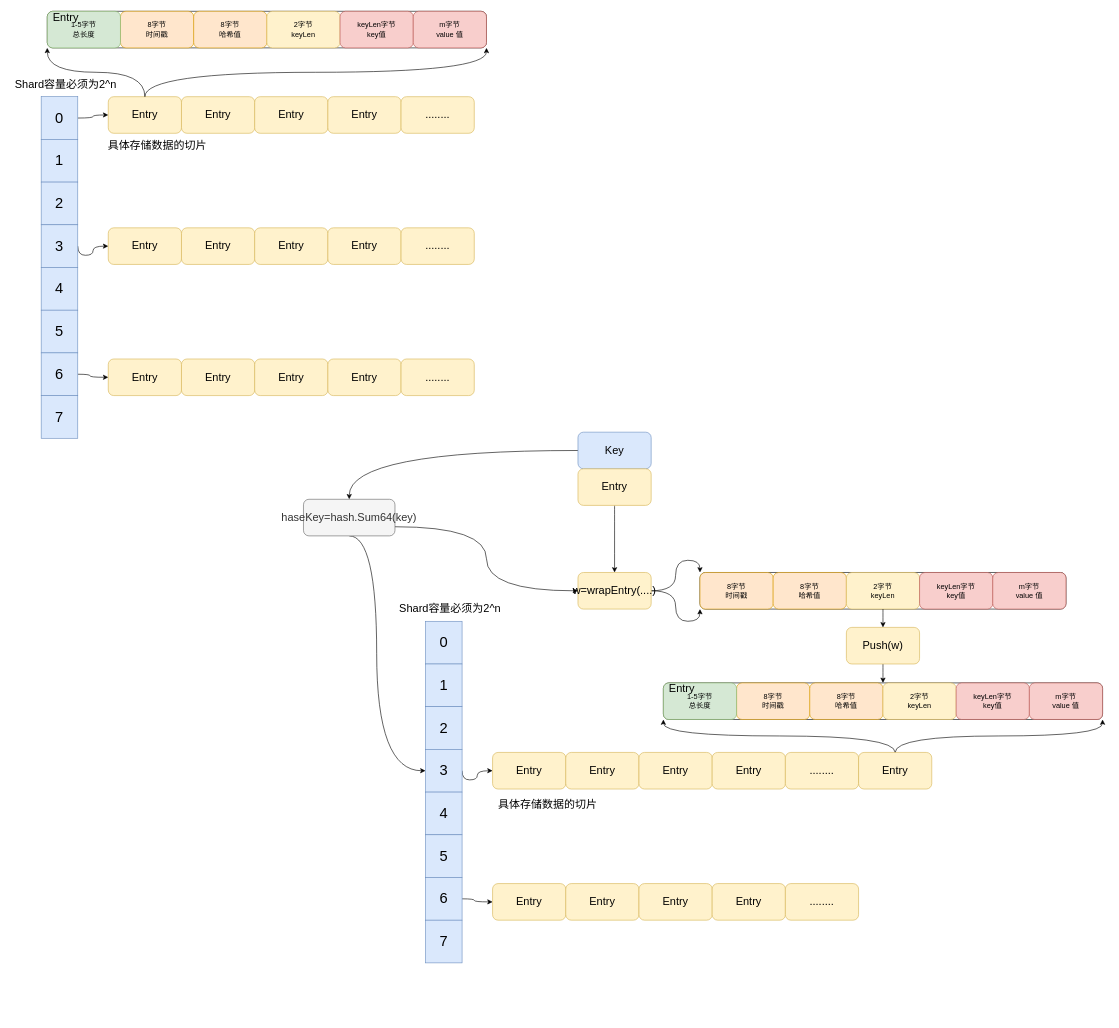
Before: _cache/bigCache.drawio in Zhouchaowen/Hawkeye, a draw.io diagram. Source tidied: cells renumbered, new cells numbered last; positions are measured from the earlier drawing's top-left corner, leaving out a move shared by most shapes. Both pictures are drawn from the tidied source at 61%, with x=0, y=0 at pixel (10, 11).
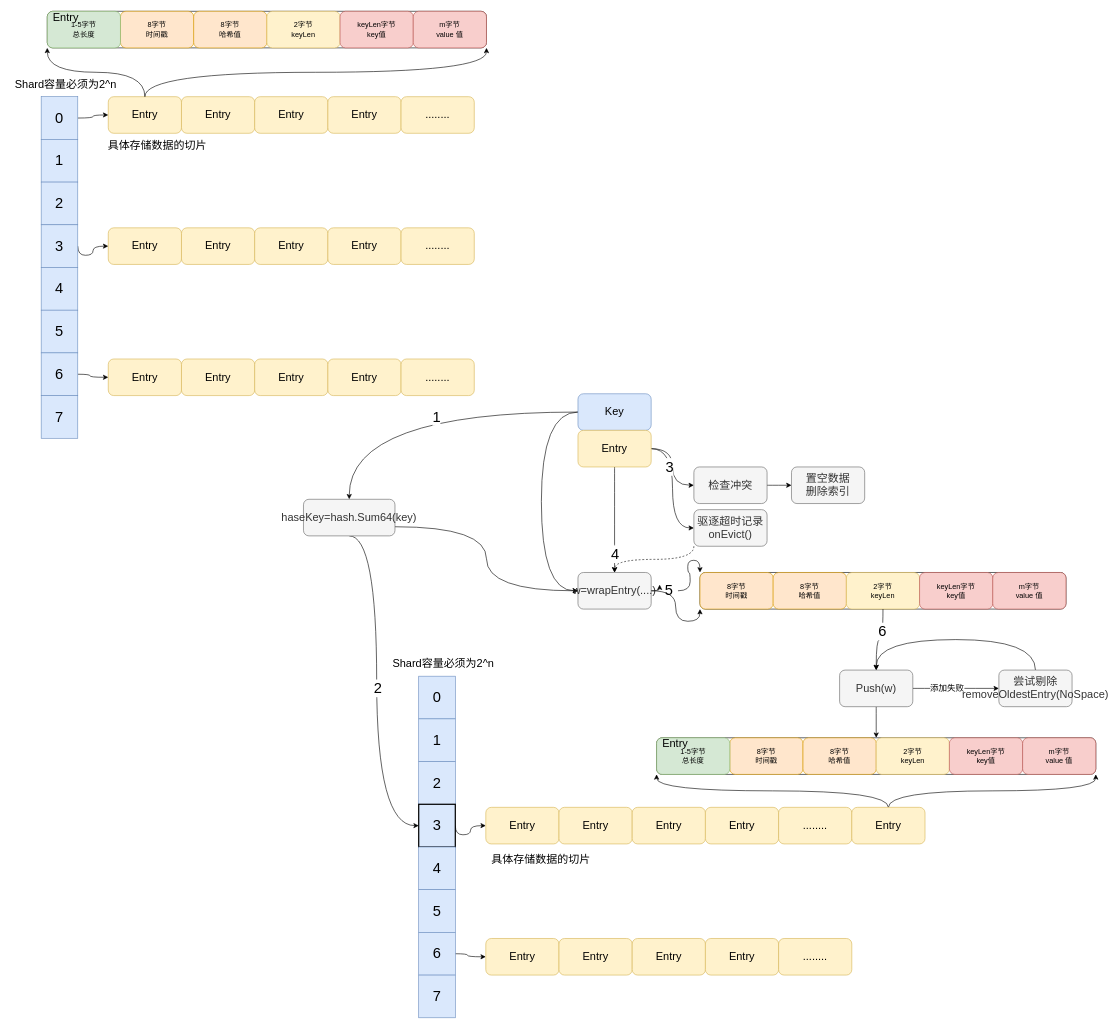
The same diagram, later.

Commit message (it also covers changes not shown here):
add set info

The change refers to these unchanged cells:
```xml
<mxCell id="44" style="edgeStyle=orthogonalEdgeStyle;curved=1;rounded=0;jettySize=auto;html=1;exitX=0;exitY=0.5;exitDx=0;exitDy=0;entryX=0.5;entryY=0;entryDx=0;entryDy=0;" parent="1" edge="1" source="45" target="74">
  <mxGeometry relative="1" as="geometry" />
</mxCell>
<mxCell id="57" value="&lt;font style=&quot;font-size: 18px&quot;&gt;Entry&lt;/font&gt;" style="rounded=1;whiteSpace=wrap;html=1;fillColor=#fff2cc;strokeColor=#d6b656;" parent="56" vertex="1">
  <mxGeometry width="120" height="60" as="geometry" />
</mxCell>
<mxCell id="63" value="&lt;font style=&quot;font-size: 18px&quot;&gt;Entry&lt;/font&gt;" style="rounded=1;whiteSpace=wrap;html=1;fillColor=#fff2cc;strokeColor=#d6b656;" parent="62" vertex="1">
  <mxGeometry width="120" height="60" as="geometry" />
</mxCell>
<mxCell id="70" style="edgeStyle=orthogonalEdgeStyle;curved=1;rounded=0;jettySize=auto;html=1;exitX=0.5;exitY=1;exitDx=0;exitDy=0;entryX=0.5;entryY=0;entryDx=0;entryDy=0;" parent="1" edge="1" source="71" target="77">
  <mxGeometry relative="1" as="geometry" />
</mxCell>
<mxCell id="74" value="&lt;font style=&quot;font-size: 18px&quot;&gt;haseKey=hash.Sum64(key)&lt;/font&gt;" style="rounded=1;whiteSpace=wrap;html=1;fillColor=#f5f5f5;strokeColor=#666666;fontColor=#333333;" parent="1" vertex="1">
  <mxGeometry x="480" y="800" width="150" height="60" as="geometry" />
</mxCell>
<mxCell id="94" value="8字节&lt;br&gt;时间戳" style="rounded=1;whiteSpace=wrap;html=1;fillColor=#ffe6cc;strokeColor=#d79b00;" parent="92" vertex="1">
  <mxGeometry width="120" height="60" as="geometry" />
</mxCell>
<mxCell id="99" style="edgeStyle=orthogonalEdgeStyle;curved=1;rounded=0;jettySize=auto;html=1;exitX=0.5;exitY=1;exitDx=0;exitDy=0;entryX=0.5;entryY=0;entryDx=0;entryDy=0;" parent="1" edge="1" source="96" target="82">
  <mxGeometry relative="1" as="geometry" />
</mxCell>
```

Diff of the diagram source:
```diff
@@
+    <mxCell id="100" value="&lt;font style=&quot;font-size: 24px&quot;&gt;1&lt;/font&gt;" style="text;html=1;align=center;verticalAlign=middle;labelBackgroundColor=#ffffff;" parent="44" vertex="1">
+      <mxGeometry x="-0.1" y="7" relative="1" as="geometry" />
+    </mxCell>
+    <mxCell id="101" style="edgeStyle=orthogonalEdgeStyle;rounded=0;jettySize=auto;html=1;exitX=0;exitY=0.5;exitDx=0;exitDy=0;entryX=0;entryY=0.5;entryDx=0;entryDy=0;curved=1;" parent="1" edge="1" source="45" target="77">
+      <mxGeometry relative="1" as="geometry">
+        <Array as="points">
+          <mxPoint x="870" y="657" />
+          <mxPoint x="870" y="950" />
+        </Array>
+      </mxGeometry>
+    </mxCell>
     <mxCell id="45" value="&lt;font style=&quot;font-size: 18px&quot;&gt;Key&lt;/font&gt;" style="rounded=1;whiteSpace=wrap;html=1;fillColor=#dae8fc;strokeColor=#6c8ebf;" parent="1" vertex="1">
-      <mxGeometry x="930" y="690" width="120" height="60" as="geometry" />
+      <mxGeometry x="930" y="627" width="120" height="60" as="geometry" />
     </mxCell>
     <mxCell id="46" value="&lt;font style=&quot;font-size: 24px&quot;&gt;0&lt;/font&gt;" style="rounded=0;whiteSpace=wrap;html=1;fillColor=#dae8fc;strokeColor=#6c8ebf;" parent="1" vertex="1">
-      <mxGeometry x="680" y="1000" width="60" height="70" as="geometry" />
+      <mxGeometry x="668.9" y="1090" width="60" height="70" as="geometry" />
     </mxCell>
     <mxCell id="47" value="&lt;font style=&quot;font-size: 24px&quot;&gt;1&lt;/font&gt;" style="rounded=0;whiteSpace=wrap;html=1;fillColor=#dae8fc;strokeColor=#6c8ebf;" parent="1" vertex="1">
-      <mxGeometry x="680" y="1070" width="60" height="70" as="geometry" />
+      <mxGeometry x="668.9" y="1160" width="60" height="70" as="geometry" />
     </mxCell>
     <mxCell id="48" value="&lt;font style=&quot;font-size: 24px&quot;&gt;2&lt;/font&gt;" style="rounded=0;whiteSpace=wrap;html=1;fillColor=#dae8fc;strokeColor=#6c8ebf;" parent="1" vertex="1">
-      <mxGeometry x="680" y="1140" width="60" height="70" as="geometry" />
+      <mxGeometry x="668.9" y="1230" width="60" height="70" as="geometry" />
     </mxCell>
     <mxCell id="49" style="edgeStyle=orthogonalEdgeStyle;curved=1;rounded=0;jettySize=auto;html=1;exitX=1;exitY=0.5;exitDx=0;exitDy=0;entryX=0;entryY=0.5;entryDx=0;entryDy=0;" parent="1" edge="1" source="50" target="57">
       <mxGeometry relative="1" as="geometry">
         <Array as="points">
-          <mxPoint x="740" y="1260" />
-          <mxPoint x="765" y="1260" />
-          <mxPoint x="765" y="1245" />
+          <mxPoint x="728.9" y="1350" />
+          <mxPoint x="753.9" y="1350" />
+          <mxPoint x="753.9" y="1335" />
         </Array>
       </mxGeometry>
     </mxCell>
-    <mxCell id="50" value="&lt;font style=&quot;font-size: 24px&quot;&gt;3&lt;/font&gt;" style="rounded=0;whiteSpace=wrap;html=1;fillColor=#dae8fc;strokeColor=#6c8ebf;" parent="1" vertex="1">
-      <mxGeometry x="680" y="1210" width="60" height="70" as="geometry" />
+    <mxCell id="50" value="&lt;font style=&quot;font-size: 24px&quot;&gt;3&lt;/font&gt;" style="rounded=0;whiteSpace=wrap;html=1;fillColor=#dae8fc;strokeColor=#000000;gradientColor=none;strokeWidth=2;" parent="1" vertex="1">
+      <mxGeometry x="668.9" y="1300" width="60" height="70" as="geometry" />
     </mxCell>
     <mxCell id="51" value="&lt;font style=&quot;font-size: 24px&quot;&gt;4&lt;/font&gt;" style="rounded=0;whiteSpace=wrap;html=1;fillColor=#dae8fc;strokeColor=#6c8ebf;" parent="1" vertex="1">
-      <mxGeometry x="680" y="1280" width="60" height="70" as="geometry" />
+      <mxGeometry x="668.9" y="1370" width="60" height="70" as="geometry" />
     </mxCell>
     <mxCell id="52" value="&lt;font style=&quot;font-size: 24px&quot;&gt;5&lt;/font&gt;" style="rounded=0;whiteSpace=wrap;html=1;fillColor=#dae8fc;strokeColor=#6c8ebf;" parent="1" vertex="1">
-      <mxGeometry x="680" y="1350" width="60" height="70" as="geometry" />
+      <mxGeometry x="668.9" y="1440" width="60" height="70" as="geometry" />
     </mxCell>
     <mxCell id="53" style="edgeStyle=orthogonalEdgeStyle;curved=1;rounded=0;jettySize=auto;html=1;exitX=1;exitY=0.5;exitDx=0;exitDy=0;entryX=0;entryY=0.5;entryDx=0;entryDy=0;" parent="1" edge="1" source="54" target="63">
       <mxGeometry relative="1" as="geometry">
         <Array as="points">
-          <mxPoint x="760" y="1455" />
-          <mxPoint x="760" y="1460" />
+          <mxPoint x="748.9" y="1545" />
+          <mxPoint x="748.9" y="1550" />
         </Array>
       </mxGeometry>
     </mxCell>
     <mxCell id="54" value="&lt;font style=&quot;font-size: 24px&quot;&gt;6&lt;/font&gt;" style="rounded=0;whiteSpace=wrap;html=1;fillColor=#dae8fc;strokeColor=#6c8ebf;" parent="1" vertex="1">
-      <mxGeometry x="680" y="1420" width="60" height="70" as="geometry" />
+      <mxGeometry x="668.9" y="1510" width="60" height="70" as="geometry" />
     </mxCell>
     <mxCell id="55" value="&lt;font style=&quot;font-size: 24px&quot;&gt;7&lt;/font&gt;" style="rounded=0;whiteSpace=wrap;html=1;fillColor=#dae8fc;strokeColor=#6c8ebf;" parent="1" vertex="1">
-      <mxGeometry x="680" y="1490" width="60" height="70" as="geometry" />
+      <mxGeometry x="668.9" y="1580" width="60" height="70" as="geometry" />
     </mxCell>
     <mxCell id="56" style="group;" parent="1" vertex="1">
-      <mxGeometry x="790" y="1215" width="600" height="60" as="geometry" />
+      <mxGeometry x="778.9" y="1305" width="600" height="60" as="geometry" />
     </mxCell>
@@
     <mxCell id="62" style="group;" parent="1" vertex="1">
-      <mxGeometry x="790" y="1430" width="600" height="60" as="geometry" />
+      <mxGeometry x="778.9" y="1520" width="600" height="60" as="geometry" />
     </mxCell>
@@
     <mxCell id="68" value="&lt;font style=&quot;font-size: 18px&quot;&gt;Shard容量必须为2^n&lt;/font&gt;" style="text;html=1;align=center;verticalAlign=middle;strokeColor=none;" parent="1" vertex="1">
-      <mxGeometry x="630" y="970" width="180" height="20" as="geometry" />
+      <mxGeometry x="618.9" y="1060" width="180" height="20" as="geometry" />
     </mxCell>
     <mxCell id="69" value="&lt;font style=&quot;font-size: 18px&quot;&gt;具体存储数据的切片&lt;/font&gt;" style="text;html=1;align=center;verticalAlign=middle;strokeColor=none;" parent="1" vertex="1">
-      <mxGeometry x="790" y="1290" width="180" height="20" as="geometry" />
+      <mxGeometry x="778.9" y="1380" width="180" height="20" as="geometry" />
     </mxCell>
@@
+    <mxCell id="102" value="&lt;font style=&quot;font-size: 24px&quot;&gt;4&lt;/font&gt;" style="text;html=1;align=center;verticalAlign=middle;labelBackgroundColor=#ffffff;" parent="70" vertex="1">
+      <mxGeometry x="0.24" y="2" relative="1" as="geometry">
+        <mxPoint x="-2" y="35.9" as="offset" />
+      </mxGeometry>
+    </mxCell>
+    <mxCell id="103" style="edgeStyle=orthogonalEdgeStyle;curved=1;rounded=0;jettySize=auto;html=1;exitX=1;exitY=0.5;exitDx=0;exitDy=0;entryX=0;entryY=0.5;entryDx=0;entryDy=0;" parent="1" edge="1" source="71" target="112">
+      <mxGeometry relative="1" as="geometry" />
+    </mxCell>
+    <mxCell id="104" style="edgeStyle=orthogonalEdgeStyle;curved=1;rounded=0;jettySize=auto;html=1;exitX=1;exitY=0.5;exitDx=0;exitDy=0;entryX=0;entryY=0.5;entryDx=0;entryDy=0;" parent="1" edge="1" source="71" target="110">
+      <mxGeometry relative="1" as="geometry" />
+    </mxCell>
+    <mxCell id="105" value="&lt;font style=&quot;font-size: 24px&quot;&gt;3&lt;/font&gt;" style="text;html=1;align=center;verticalAlign=middle;labelBackgroundColor=#ffffff;" parent="104" vertex="1">
+      <mxGeometry x="-0.57" y="-15" relative="1" as="geometry">
+        <mxPoint x="1.8" y="14.9" as="offset" />
+      </mxGeometry>
+    </mxCell>
     <mxCell id="71" value="&lt;font style=&quot;font-size: 18px&quot;&gt;Entry&lt;/font&gt;" style="rounded=1;whiteSpace=wrap;html=1;fillColor=#fff2cc;strokeColor=#d6b656;" parent="1" vertex="1">
-      <mxGeometry x="930" y="750" width="120" height="60" as="geometry" />
+      <mxGeometry x="930" y="687" width="120" height="60" as="geometry" />
     </mxCell>
     <mxCell id="72" style="edgeStyle=orthogonalEdgeStyle;curved=1;rounded=0;jettySize=auto;html=1;exitX=0.5;exitY=1;exitDx=0;exitDy=0;entryX=0;entryY=0.5;entryDx=0;entryDy=0;" parent="1" edge="1" source="74" target="50">
       <mxGeometry relative="1" as="geometry">
         <Array as="points">
           <mxPoint x="600" y="860" />
-          <mxPoint x="600" y="1245" />
+          <mxPoint x="600" y="1335" />
         </Array>
       </mxGeometry>
     </mxCell>
+    <mxCell id="106" value="&lt;font style=&quot;font-size: 24px&quot;&gt;2&lt;/font&gt;" style="text;html=1;align=center;verticalAlign=middle;labelBackgroundColor=#ffffff;" parent="72" vertex="1">
+      <mxGeometry y="1" relative="1" as="geometry" />
+    </mxCell>
@@
+    <mxCell id="76" style="edgeStyle=orthogonalEdgeStyle;curved=1;rounded=0;jettySize=auto;html=1;exitX=1;exitY=0.5;exitDx=0;exitDy=0;entryX=0;entryY=0;entryDx=0;entryDy=0;" parent="1" edge="1" source="117" target="94">
+      <mxGeometry relative="1" as="geometry" />
+    </mxCell>
     <mxCell id="75" style="edgeStyle=orthogonalEdgeStyle;curved=1;rounded=0;jettySize=auto;html=1;exitX=1;exitY=0.5;exitDx=0;exitDy=0;entryX=0;entryY=1;entryDx=0;entryDy=0;" parent="1" edge="1" source="77" target="94">
-      <mxGeometry relative="1" as="geometry" />
+      <mxGeometry relative="1" as="geometry">
+        <Array as="points">
+          <mxPoint x="1090" y="950" />
+          <mxPoint x="1090" y="1000" />
+          <mxPoint x="1130" y="1000" />
+        </Array>
+      </mxGeometry>
     </mxCell>
-    <mxCell id="76" style="edgeStyle=orthogonalEdgeStyle;curved=1;rounded=0;jettySize=auto;html=1;exitX=1;exitY=0.5;exitDx=0;exitDy=0;entryX=0;entryY=0;entryDx=0;entryDy=0;" parent="1" edge="1" source="77" target="94">
-      <mxGeometry relative="1" as="geometry" />
-    </mxCell>
-    <mxCell id="77" value="&lt;font style=&quot;font-size: 18px&quot;&gt;w=wrapEntry(....)&lt;/font&gt;" style="rounded=1;whiteSpace=wrap;html=1;fillColor=#fff2cc;strokeColor=#d6b656;" parent="1" vertex="1">
+    <mxCell id="77" value="&lt;font style=&quot;font-size: 18px&quot;&gt;w=wrapEntry(....)&lt;/font&gt;" style="rounded=1;whiteSpace=wrap;html=1;fillColor=#f5f5f5;strokeColor=#666666;fontColor=#333333;" parent="1" vertex="1">
       <mxGeometry x="930" y="920" width="120" height="60" as="geometry" />
     </mxCell>
@@
     <mxCell id="80" value="&lt;font style=&quot;font-size: 18px&quot;&gt;Entry&lt;/font&gt;" style="rounded=1;whiteSpace=wrap;html=1;fillColor=#fff2cc;strokeColor=#d6b656;" parent="1" vertex="1">
-      <mxGeometry x="1390" y="1215" width="120" height="60" as="geometry" />
+      <mxGeometry x="1378.9" y="1305" width="120" height="60" as="geometry" />
     </mxCell>
@@
+    <mxCell id="107" style="edgeStyle=orthogonalEdgeStyle;curved=1;rounded=0;jettySize=auto;html=1;exitX=1;exitY=0.5;exitDx=0;exitDy=0;" parent="1" edge="1" source="82" target="116">
+      <mxGeometry relative="1" as="geometry" />
+    </mxCell>
+    <mxCell id="108" value="&lt;font style=&quot;font-size: 14px&quot;&gt;添加失败&lt;/font&gt;" style="text;html=1;align=center;verticalAlign=middle;labelBackgroundColor=#ffffff;" parent="107" vertex="1">
+      <mxGeometry x="-0.21" y="2" relative="1" as="geometry" />
+    </mxCell>
-    <mxCell id="82" value="&lt;font style=&quot;font-size: 18px&quot;&gt;Push(w)&lt;/font&gt;" style="rounded=1;whiteSpace=wrap;html=1;fillColor=#fff2cc;strokeColor=#d6b656;" parent="1" vertex="1">
-      <mxGeometry x="1370" y="1010" width="120" height="60" as="geometry" />
+    <mxCell id="82" value="&lt;font style=&quot;font-size: 18px&quot;&gt;Push(w)&lt;/font&gt;" style="rounded=1;whiteSpace=wrap;html=1;fillColor=#f5f5f5;strokeColor=#666666;fontColor=#333333;" parent="1" vertex="1">
+      <mxGeometry x="1358.9" y="1080" width="120" height="60" as="geometry" />
     </mxCell>
     <mxCell id="83" style="group;" parent="1" vertex="1">
-      <mxGeometry x="1070" y="1101" width="720" height="60" as="geometry" />
+      <mxGeometry x="1058.9" y="1191" width="720" height="60" as="geometry" />
     </mxCell>
@@
+    <mxCell id="109" style="edgeStyle=orthogonalEdgeStyle;curved=1;rounded=0;jettySize=auto;html=1;exitX=1;exitY=0.5;exitDx=0;exitDy=0;entryX=0;entryY=0.5;entryDx=0;entryDy=0;" parent="1" edge="1" source="110" target="113">
+      <mxGeometry relative="1" as="geometry" />
+    </mxCell>
+    <mxCell id="110" value="&lt;span style=&quot;font-size: 18px&quot;&gt;检查冲突&lt;/span&gt;" style="rounded=1;whiteSpace=wrap;html=1;fillColor=#f5f5f5;strokeColor=#666666;fontColor=#333333;" parent="1" vertex="1">
+      <mxGeometry x="1120" y="747" width="120" height="60" as="geometry" />
+    </mxCell>
+    <mxCell id="111" style="edgeStyle=orthogonalEdgeStyle;curved=1;rounded=0;jettySize=auto;html=1;exitX=0;exitY=1;exitDx=0;exitDy=0;entryX=0.5;entryY=0;entryDx=0;entryDy=0;dashed=1;" parent="1" edge="1" source="112" target="77">
+      <mxGeometry relative="1" as="geometry" />
+    </mxCell>
+    <mxCell id="112" value="&lt;span style=&quot;font-size: 18px&quot;&gt;驱逐超时记录&lt;br&gt;onEvict()&lt;br&gt;&lt;/span&gt;" style="rounded=1;whiteSpace=wrap;html=1;fillColor=#f5f5f5;strokeColor=#666666;fontColor=#333333;" parent="1" vertex="1">
+      <mxGeometry x="1120" y="817" width="120" height="60" as="geometry" />
+    </mxCell>
+    <mxCell id="113" value="&lt;span style=&quot;font-size: 18px&quot;&gt;置空数据&lt;br&gt;删除索引&lt;br&gt;&lt;/span&gt;" style="rounded=1;whiteSpace=wrap;html=1;fillColor=#f5f5f5;strokeColor=#666666;fontColor=#333333;" parent="1" vertex="1">
+      <mxGeometry x="1280" y="747" width="120" height="60" as="geometry" />
+    </mxCell>
@@
+    <mxCell id="114" value="&lt;font style=&quot;font-size: 24px&quot;&gt;6&lt;/font&gt;" style="text;html=1;align=center;verticalAlign=middle;labelBackgroundColor=#ffffff;" parent="99" vertex="1">
+      <mxGeometry x="-0.36" y="-2" relative="1" as="geometry" />
+    </mxCell>
+    <mxCell id="115" style="edgeStyle=orthogonalEdgeStyle;curved=1;rounded=0;jettySize=auto;html=1;exitX=0.5;exitY=0;exitDx=0;exitDy=0;entryX=0.5;entryY=0;entryDx=0;entryDy=0;" parent="1" edge="1" source="116" target="82">
+      <mxGeometry relative="1" as="geometry">
+        <Array as="points">
+          <mxPoint x="1680" y="1030" />
+          <mxPoint x="1419" y="1030" />
+        </Array>
+      </mxGeometry>
+    </mxCell>
+    <mxCell id="116" value="&lt;span style=&quot;font-size: 18px&quot;&gt;尝试剔除&lt;br&gt;removeOldestEntry(NoSpace)&lt;br&gt;&lt;/span&gt;" style="rounded=1;whiteSpace=wrap;html=1;fillColor=#f5f5f5;strokeColor=#666666;fontColor=#333333;" parent="1" vertex="1">
+      <mxGeometry x="1620" y="1080" width="120" height="60" as="geometry" />
+    </mxCell>
+    <mxCell id="117" value="&lt;font style=&quot;font-size: 24px&quot;&gt;5&lt;/font&gt;" style="text;html=1;align=center;verticalAlign=middle;points=[];" parent="1" vertex="1">
+      <mxGeometry x="1063.9" y="940" width="30" height="20" as="geometry" />
+    </mxCell>
+    <mxCell id="118" style="edgeStyle=orthogonalEdgeStyle;curved=1;rounded=0;jettySize=auto;html=1;exitX=1;exitY=0.5;exitDx=0;exitDy=0;entryX=0;entryY=0;entryDx=0;entryDy=0;" parent="1" edge="1" source="77" target="117">
+      <mxGeometry relative="1" as="geometry" />
+    </mxCell>
```
